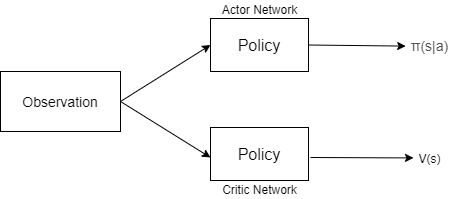
moayad-hsn/Enhancing-energy-trading-between-different-Islanded-Microgrids-A-Reinforcement-Learning-Algorithm keeps this draw.io diagram as Thesis/figures/A2C_Diagram.png. Above is the earlier version. Source tidied: cells renumbered, new cells last; positions are measured from the earlier drawing's top-left corner, leaving out a move shared by most shapes. Its diagram source:
```xml
<mxGraphModel>
  <root>
    <mxCell id="0" />
    <mxCell id="1" parent="0" />
    <mxCell id="2" value="&lt;font style=&quot;font-size: 14px&quot;&gt;Observation&lt;/font&gt;" style="rounded=0;whiteSpace=wrap;html=1;" parent="1" vertex="1">
      <mxGeometry y="71" width="120" height="60" as="geometry" />
    </mxCell>
    <mxCell id="3" value="&lt;font style=&quot;font-size: 16px&quot;&gt;Policy&lt;/font&gt;" style="rounded=0;whiteSpace=wrap;html=1;" parent="1" vertex="1">
      <mxGeometry x="210" y="18" width="98" height="53" as="geometry" />
    </mxCell>
    <mxCell id="4" value="Actor Network" style="text;html=1;align=center;verticalAlign=middle;" parent="1" vertex="1">
      <mxGeometry x="216" width="85" height="18" as="geometry" />
    </mxCell>
    <mxCell id="5" value="Critic Network" style="text;html=1;align=center;verticalAlign=middle;" parent="1" vertex="1">
      <mxGeometry x="217" y="180" width="84" height="18" as="geometry" />
    </mxCell>
    <mxCell id="6" value="&lt;span style=&quot;color: rgb(77 , 81 , 86) ; font-family: &amp;#34;arial&amp;#34; , sans-serif ; font-size: 14px ; text-align: left ; background-color: rgb(255 , 255 , 255)&quot;&gt;π(s|a)&lt;/span&gt;" style="text;html=1;align=center;verticalAlign=middle;points=[];" parent="1" vertex="1">
      <mxGeometry x="405" y="35.5" width="48" height="18" as="geometry" />
    </mxCell>
    <mxCell id="7" value="V(s)" style="text;html=1;align=center;verticalAlign=middle;points=[];" parent="1" vertex="1">
      <mxGeometry x="413" y="148.5" width="32" height="18" as="geometry" />
    </mxCell>
    <mxCell id="8" style="endArrow=classic;html=1;exitX=1;exitY=0.5;exitDx=0;exitDy=0;entryX=0.004;entryY=0.561;entryDx=0;entryDy=0;entryPerimeter=0;" parent="1" edge="1" source="3" target="6">
      <mxGeometry relative="1" as="geometry" />
    </mxCell>
    <mxCell id="9" style="endArrow=classic;html=1;exitX=1;exitY=0.5;exitDx=0;exitDy=0;" parent="1" edge="1" target="7">
      <mxGeometry relative="1" as="geometry">
        <mxPoint x="310" y="157" as="sourcePoint" />
      </mxGeometry>
    </mxCell>
    <mxCell id="10" style="endArrow=classic;html=1;exitX=1;exitY=0.5;exitDx=0;exitDy=0;entryX=0;entryY=0.5;entryDx=0;entryDy=0;" parent="1" edge="1" source="2" target="3">
      <mxGeometry relative="1" as="geometry" />
    </mxCell>
    <mxCell id="11" style="endArrow=classic;html=1;exitX=1;exitY=0.5;exitDx=0;exitDy=0;entryX=0;entryY=0.5;entryDx=0;entryDy=0;" parent="1" edge="1" source="2">
      <mxGeometry relative="1" as="geometry">
        <mxPoint x="210" y="157" as="targetPoint" />
      </mxGeometry>
    </mxCell>
    <mxCell id="12" value="&lt;font style=&quot;font-size: 16px&quot;&gt;Policy&lt;/font&gt;" style="rounded=0;whiteSpace=wrap;html=1;" parent="1" vertex="1">
      <mxGeometry x="210" y="127" width="98" height="53" as="geometry" />
    </mxCell>
  </root>
</mxGraphModel>
```
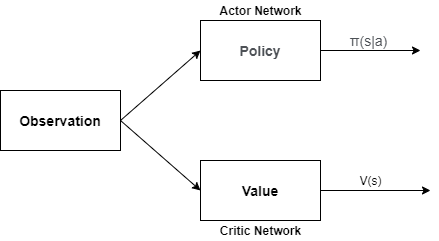
After the change.

Diff of the diagram source:
```diff
@@ -2,42 +2,42 @@
   <root>
     <mxCell id="0" />
     <mxCell id="1" parent="0" />
-    <mxCell id="2" value="&lt;font style=&quot;font-size: 14px&quot;&gt;Observation&lt;/font&gt;" style="rounded=0;whiteSpace=wrap;html=1;" parent="1" vertex="1">
-      <mxGeometry y="71" width="120" height="60" as="geometry" />
+    <mxCell id="2" value="&lt;font style=&quot;font-size: 14px&quot;&gt;&lt;b&gt;Observation&lt;/b&gt;&lt;/font&gt;" style="rounded=0;whiteSpace=wrap;html=1;" parent="1" vertex="1">
+      <mxGeometry x="40" y="33" width="120" height="60" as="geometry" />
     </mxCell>
-    <mxCell id="3" value="&lt;font style=&quot;font-size: 16px&quot;&gt;Policy&lt;/font&gt;" style="rounded=0;whiteSpace=wrap;html=1;" parent="1" vertex="1">
-      <mxGeometry x="210" y="18" width="98" height="53" as="geometry" />
-    </mxCell>
+    <mxCell id="13" value="&lt;div style=&quot;text-align: left&quot;&gt;&lt;font color=&quot;#4d5156&quot; face=&quot;arial, sans-serif&quot; size=&quot;1&quot;&gt;&lt;span style=&quot;background-color: rgb(255 , 255 , 255)&quot;&gt;&lt;b style=&quot;font-size: 14px&quot;&gt;Policy&lt;/b&gt;&lt;/span&gt;&lt;/font&gt;&lt;/div&gt;" style="rounded=0;whiteSpace=wrap;html=1;" parent="1" vertex="1">
+      <mxGeometry x="240" y="-37" width="120" height="60" as="geometry" />
+    </mxCell>
+    <mxCell id="14" value="&lt;b&gt;&lt;font style=&quot;font-size: 14px&quot;&gt;Value&lt;/font&gt;&lt;/b&gt;" style="rounded=0;whiteSpace=wrap;html=1;" parent="1" vertex="1">
+      <mxGeometry x="240" y="103" width="120" height="60" as="geometry" />
+    </mxCell>
+    <mxCell id="15" style="endArrow=classic;html=1;exitX=1;exitY=0.5;exitDx=0;exitDy=0;entryX=0;entryY=0.5;entryDx=0;entryDy=0;" parent="1" edge="1" source="2" target="13">
+      <mxGeometry relative="1" as="geometry" />
+    </mxCell>
+    <mxCell id="16" style="endArrow=classic;html=1;entryX=0;entryY=0.5;entryDx=0;entryDy=0;exitX=1;exitY=0.5;exitDx=0;exitDy=0;" parent="1" edge="1" source="2" target="14">
+      <mxGeometry relative="1" as="geometry" />
+    </mxCell>
+    <mxCell id="17" style="endArrow=classic;html=1;exitX=1;exitY=0.5;exitDx=0;exitDy=0;" parent="1" edge="1" source="13">
+      <mxGeometry relative="1" as="geometry">
+        <mxPoint x="460" y="-7" as="targetPoint" />
+      </mxGeometry>
+    </mxCell>
-    <mxCell id="4" value="Actor Network" style="text;html=1;align=center;verticalAlign=middle;" parent="1" vertex="1">
-      <mxGeometry x="216" width="85" height="18" as="geometry" />
+    <mxCell id="4" value="&lt;b&gt;Actor Network&lt;/b&gt;" style="text;html=1;align=center;verticalAlign=middle;" parent="1" vertex="1">
+      <mxGeometry x="250" y="-57" width="100" height="20" as="geometry" />
     </mxCell>
-    <mxCell id="5" value="Critic Network" style="text;html=1;align=center;verticalAlign=middle;" parent="1" vertex="1">
-      <mxGeometry x="217" y="180" width="84" height="18" as="geometry" />
+    <mxCell id="5" value="&lt;b&gt;Critic Network&lt;/b&gt;" style="text;html=1;align=center;verticalAlign=middle;" parent="1" vertex="1">
+      <mxGeometry x="250" y="163" width="100" height="20" as="geometry" />
     </mxCell>
+    <mxCell id="18" style="endArrow=classic;html=1;exitX=1;exitY=0.5;exitDx=0;exitDy=0;" parent="1" edge="1" source="14">
+      <mxGeometry relative="1" as="geometry">
+        <mxPoint x="470" y="133" as="targetPoint" />
+      </mxGeometry>
+    </mxCell>
-    <mxCell id="6" value="&lt;span style=&quot;color: rgb(77 , 81 , 86) ; font-family: &amp;#34;arial&amp;#34; , sans-serif ; font-size: 14px ; text-align: left ; background-color: rgb(255 , 255 , 255)&quot;&gt;π(s|a)&lt;/span&gt;" style="text;html=1;align=center;verticalAlign=middle;points=[];" parent="1" vertex="1">
-      <mxGeometry x="405" y="35.5" width="48" height="18" as="geometry" />
+    <mxCell id="6" value="&lt;span style=&quot;color: rgb(77 , 81 , 86) ; font-family: &amp;#34;arial&amp;#34; , sans-serif ; font-size: 14px ; text-align: left ; background-color: rgb(255 , 255 , 255)&quot;&gt;π(s|a)&amp;nbsp;&lt;/span&gt;" style="text;html=1;align=center;verticalAlign=middle;points=[];" parent="1" vertex="1">
+      <mxGeometry x="380" y="-27" width="60" height="20" as="geometry" />
     </mxCell>
     <mxCell id="7" value="V(s)" style="text;html=1;align=center;verticalAlign=middle;points=[];" parent="1" vertex="1">
-      <mxGeometry x="413" y="148.5" width="32" height="18" as="geometry" />
+      <mxGeometry x="390" y="113" width="40" height="20" as="geometry" />
     </mxCell>
-    <mxCell id="8" style="endArrow=classic;html=1;exitX=1;exitY=0.5;exitDx=0;exitDy=0;entryX=0.004;entryY=0.561;entryDx=0;entryDy=0;entryPerimeter=0;" parent="1" edge="1" source="3" target="6">
-      <mxGeometry relative="1" as="geometry" />
-    </mxCell>
-    <mxCell id="9" style="endArrow=classic;html=1;exitX=1;exitY=0.5;exitDx=0;exitDy=0;" parent="1" edge="1" target="7">
-      <mxGeometry relative="1" as="geometry">
-        <mxPoint x="310" y="157" as="sourcePoint" />
-      </mxGeometry>
-    </mxCell>
-    <mxCell id="10" style="endArrow=classic;html=1;exitX=1;exitY=0.5;exitDx=0;exitDy=0;entryX=0;entryY=0.5;entryDx=0;entryDy=0;" parent="1" edge="1" source="2" target="3">
-      <mxGeometry relative="1" as="geometry" />
-    </mxCell>
-    <mxCell id="11" style="endArrow=classic;html=1;exitX=1;exitY=0.5;exitDx=0;exitDy=0;entryX=0;entryY=0.5;entryDx=0;entryDy=0;" parent="1" edge="1" source="2">
-      <mxGeometry relative="1" as="geometry">
-        <mxPoint x="210" y="157" as="targetPoint" />
-      </mxGeometry>
-    </mxCell>
-    <mxCell id="12" value="&lt;font style=&quot;font-size: 16px&quot;&gt;Policy&lt;/font&gt;" style="rounded=0;whiteSpace=wrap;html=1;" parent="1" vertex="1">
-      <mxGeometry x="210" y="127" width="98" height="53" as="geometry" />
-    </mxCell>
   </root>
 </mxGraphModel>
```
